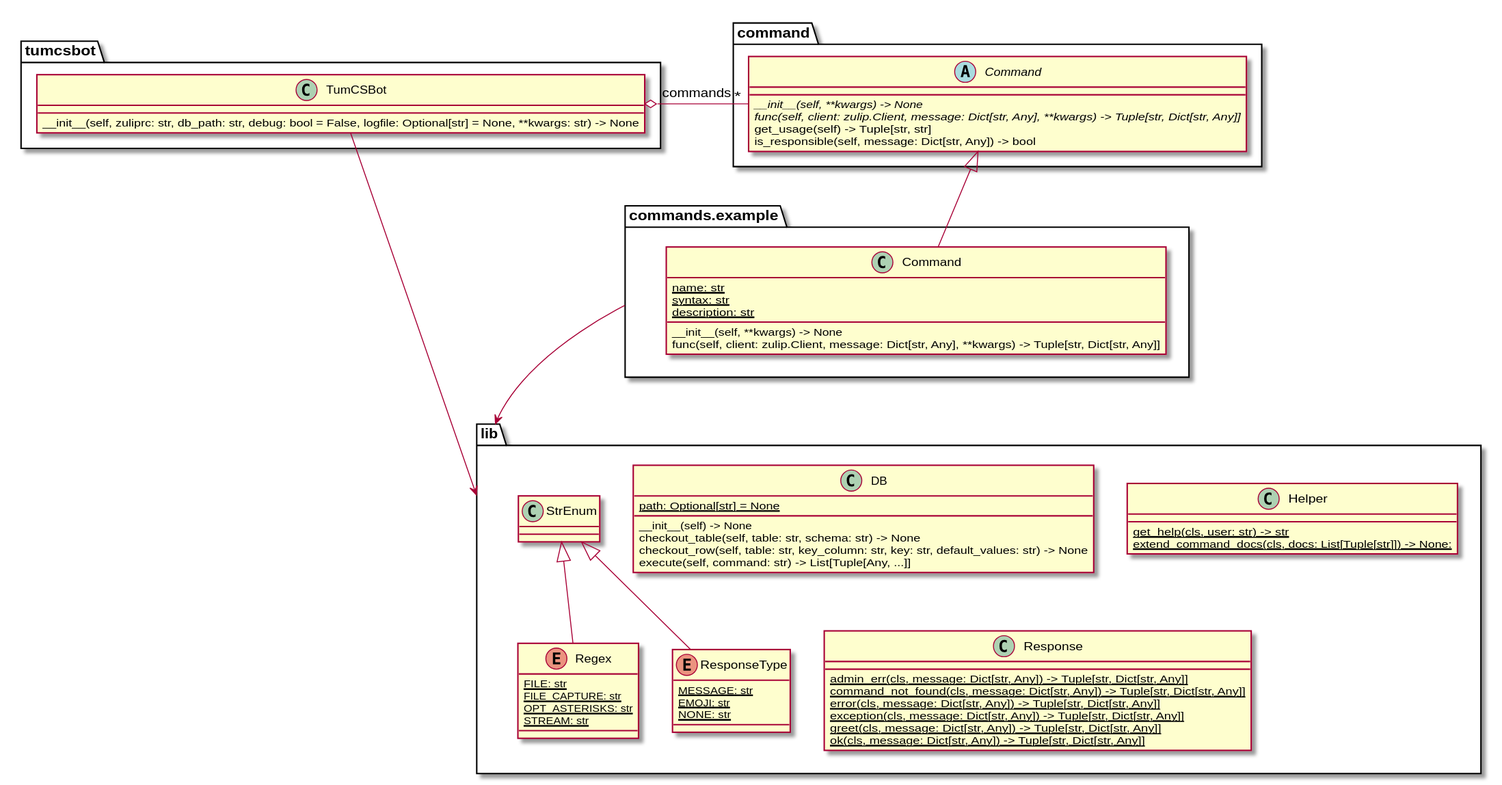
Above: class_diagram.svg in ro-i/tumcsbot (PlantUML), before the change.
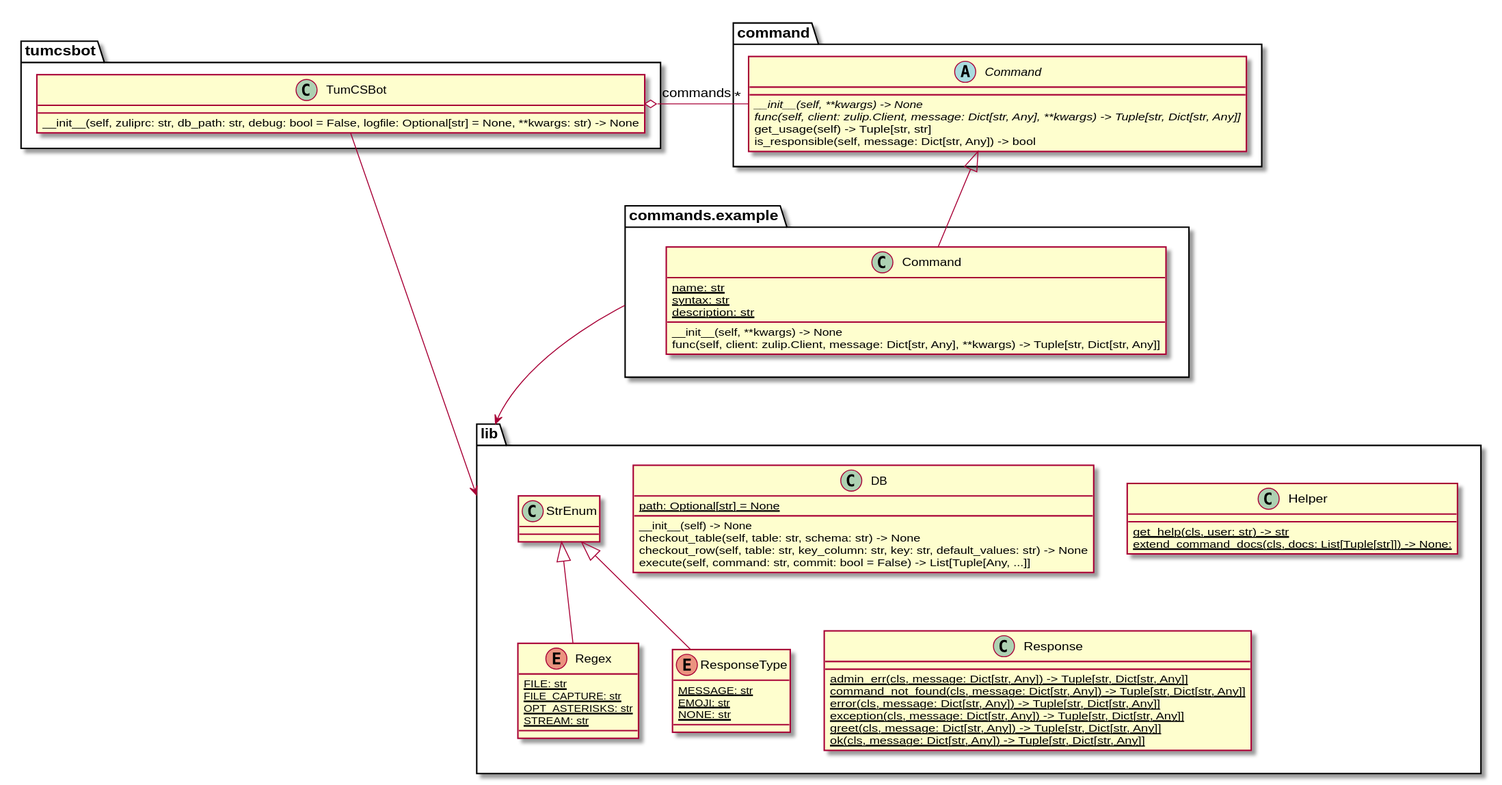
The same file after the commit.

Commit message:
update class diagram

Change to the diagram source:
```diff
@@ -26,7 +26,7 @@
 __init__(self) -> None
 checkout_table(self, table: str, schema: str) -> None
 checkout_row(self, table: str, key_column: str, key: str, default_values: str) -> None
-execute(self, command: str) -> List[Tuple[Any, ...]]
+execute(self, command: str, commit: bool = False) -> List[Tuple[Any, ...]]
 }
 
 class lib.Helper {
```
